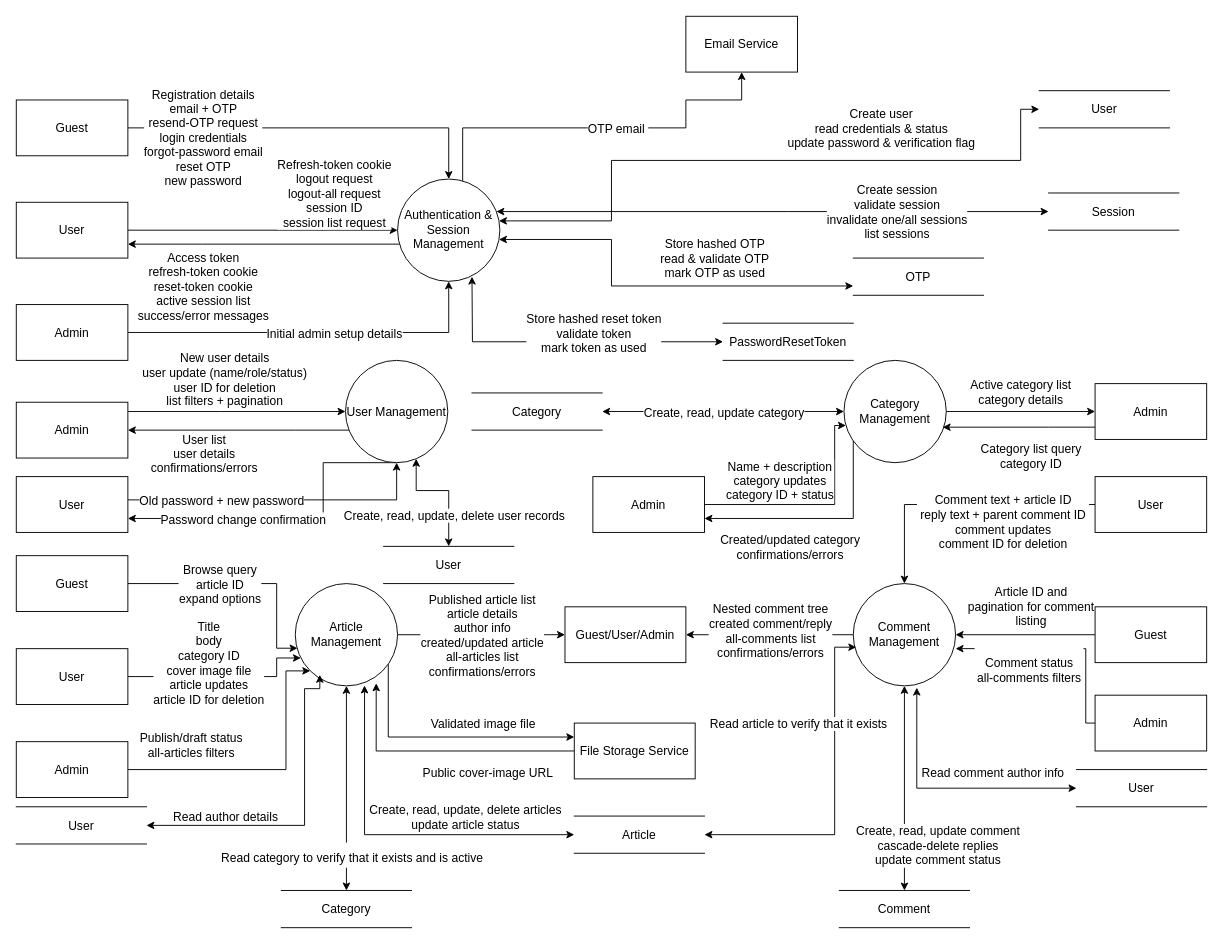
ihsiam/Blog_Management_System keeps this draw.io diagram as docs/diagrams/DFD L_1.drawio. Above is the earlier version. Source tidied: cells renumbered, new cells numbered last; positions are measured from the earlier drawing's top-left corner, leaving out a move shared by most shapes. Both pictures are drawn from the tidied source at 93%, with x=0, y=0 at pixel (16, 16).
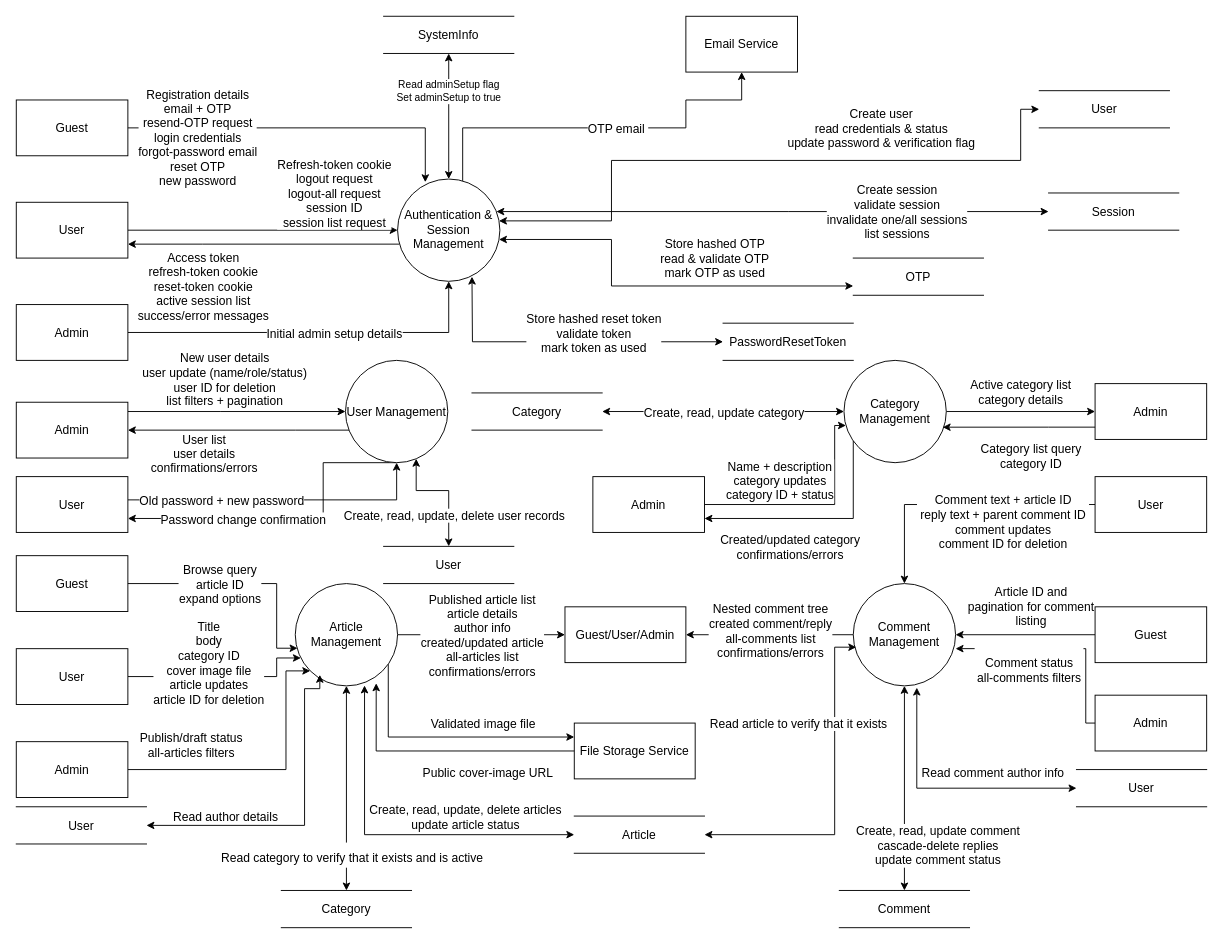
The same page after the edit.

Unchanged cells that the change refers to:
```xml
<mxCell id="29" value="Authentication &amp;amp; Session Management" style="ellipse;whiteSpace=wrap;html=1;shapeInside=1;fontSize=13;" parent="1" vertex="1">
  <mxGeometry x="410" y="175" width="110" height="110" as="geometry" />
</mxCell>
<mxCell id="44" value="&lt;font&gt;Guest&lt;/font&gt;" style="rounded=0;whiteSpace=wrap;html=1;fontSize=13;" parent="1" vertex="1">
  <mxGeometry y="90" width="120" height="60" as="geometry" />
</mxCell>
```

Diff of the diagram source:
```diff
@@
-    <mxCell id="57" style="edgeStyle=orthogonalEdgeStyle;rounded=0;jettySize=auto;html=1;entryX=0.5;entryY=0;entryDx=0;entryDy=0;fontSize=13;" parent="1" edge="1" source="44" target="29">
-      <mxGeometry relative="1" as="geometry" />
+    <mxCell id="57" style="edgeStyle=orthogonalEdgeStyle;rounded=0;jettySize=auto;html=1;fontSize=13;entryX=0.271;entryY=0.031;entryDx=0;entryDy=0;entryPerimeter=0;" parent="1" edge="1" source="44" target="29">
+      <mxGeometry relative="1" as="geometry">
+        <Array as="points">
+          <mxPoint x="440" y="120" />
+        </Array>
+      </mxGeometry>
     </mxCell>
@@
+    <mxCell id="105" style="edgeStyle=orthogonalEdgeStyle;rounded=0;jettySize=auto;html=1;entryX=0.5;entryY=0;entryDx=0;entryDy=0;startArrow=classic;startFill=1;" parent="1" edge="1" source="107" target="29">
+      <mxGeometry relative="1" as="geometry" />
+    </mxCell>
+    <mxCell id="106" value="Read adminSetup flag&lt;div&gt;Set adminSetup to true&lt;/div&gt;" style="edgeLabel;html=1;align=center;verticalAlign=middle;" parent="105" vertex="1">
+      <mxGeometry x="-0.19" y="3" relative="1" as="geometry">
+        <mxPoint x="-4" y="-15" as="offset" />
+      </mxGeometry>
+    </mxCell>
+    <mxCell id="107" value="SystemInfo" style="html=1;dashed=0;whiteSpace=wrap;shape=partialRectangle;right=0;left=0;fontSize=13;" parent="1" vertex="1">
+      <mxGeometry x="395" width="140" height="40" as="geometry" />
+    </mxCell>
```
